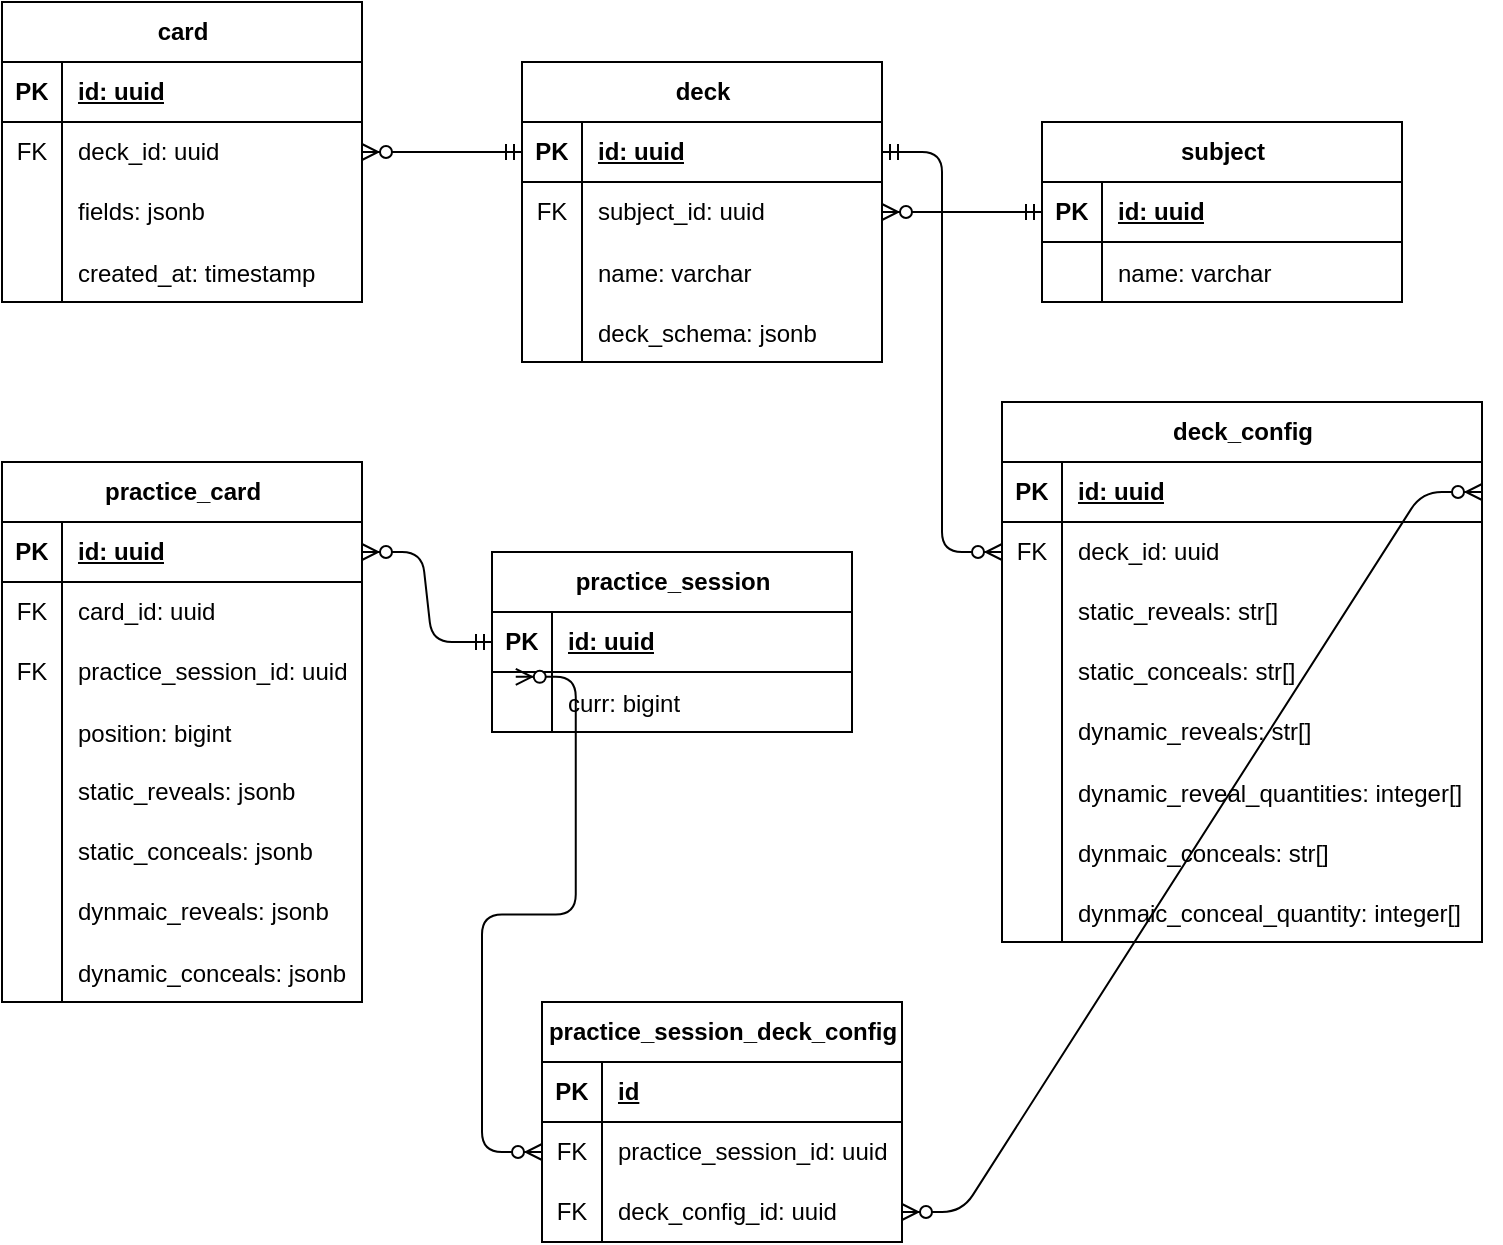
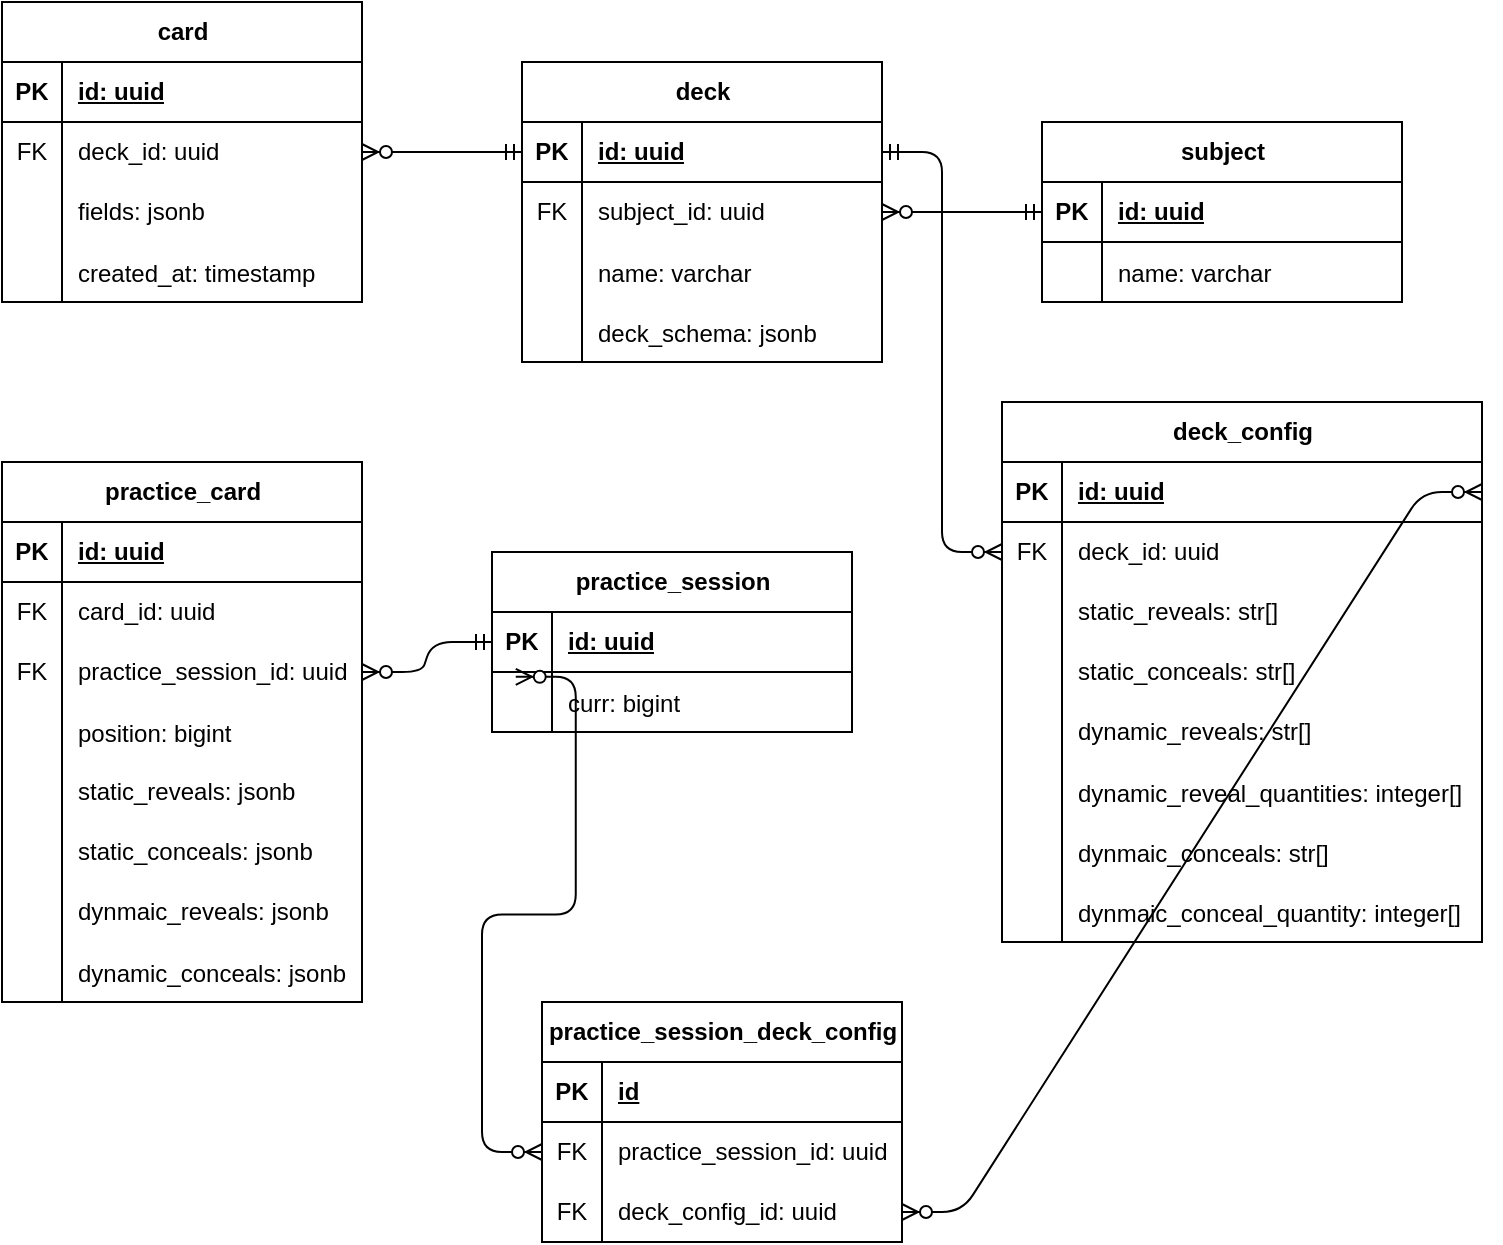
<mxfile host="65bd71144e">
    <diagram name="Page-1" id="E77Z4vSiBEVu_ntfNBje">
-         <mxGraphModel dx="951" dy="489" grid="1" gridSize="10" guides="1" tooltips="1" connect="1" arrows="1" fold="1" page="1" pageScale="1" pageWidth="850" pageHeight="1100" math="0" shadow="0">
+         <mxGraphModel dx="576" dy="554" grid="1" gridSize="10" guides="1" tooltips="1" connect="1" arrows="1" fold="1" page="1" pageScale="1" pageWidth="850" pageHeight="1100" math="0" shadow="0">
            <root>
                <mxCell id="0"/>
                <mxCell id="1" parent="0"/>
                <mxCell id="a0jAnDUGsL0N-l5X0XVK-1" value="card" style="shape=table;startSize=30;container=1;collapsible=1;childLayout=tableLayout;fixedRows=1;rowLines=0;fontStyle=1;align=center;resizeLast=1;html=1;" parent="1" vertex="1">
                    <mxGeometry y="80" width="180" height="150" as="geometry"/>
                </mxCell>
                <mxCell id="a0jAnDUGsL0N-l5X0XVK-2" value="" style="shape=tableRow;horizontal=0;startSize=0;swimlaneHead=0;swimlaneBody=0;fillColor=none;collapsible=0;dropTarget=0;points=[[0,0.5],[1,0.5]];portConstraint=eastwest;top=0;left=0;right=0;bottom=1;" parent="a0jAnDUGsL0N-l5X0XVK-1" vertex="1">
                    <mxGeometry y="30" width="180" height="30" as="geometry"/>
                </mxCell>
                <mxCell id="a0jAnDUGsL0N-l5X0XVK-3" value="PK" style="shape=partialRectangle;connectable=0;fillColor=none;top=0;left=0;bottom=0;right=0;fontStyle=1;overflow=hidden;whiteSpace=wrap;html=1;" parent="a0jAnDUGsL0N-l5X0XVK-2" vertex="1">
                    <mxGeometry width="30" height="30" as="geometry">
                        <mxRectangle width="30" height="30" as="alternateBounds"/>
                    </mxGeometry>
                </mxCell>
                <mxCell id="a0jAnDUGsL0N-l5X0XVK-4" value="id: uuid" style="shape=partialRectangle;connectable=0;fillColor=none;top=0;left=0;bottom=0;right=0;align=left;spacingLeft=6;fontStyle=5;overflow=hidden;whiteSpace=wrap;html=1;" parent="a0jAnDUGsL0N-l5X0XVK-2" vertex="1">
                    <mxGeometry x="30" width="150" height="30" as="geometry">
                        <mxRectangle width="150" height="30" as="alternateBounds"/>
                    </mxGeometry>
                </mxCell>
                <mxCell id="a0jAnDUGsL0N-l5X0XVK-39" value="" style="shape=tableRow;horizontal=0;startSize=0;swimlaneHead=0;swimlaneBody=0;fillColor=none;collapsible=0;dropTarget=0;points=[[0,0.5],[1,0.5]];portConstraint=eastwest;top=0;left=0;right=0;bottom=0;" parent="a0jAnDUGsL0N-l5X0XVK-1" vertex="1">
                    <mxGeometry y="60" width="180" height="30" as="geometry"/>
                </mxCell>
                <mxCell id="a0jAnDUGsL0N-l5X0XVK-40" value="FK" style="shape=partialRectangle;connectable=0;fillColor=none;top=0;left=0;bottom=0;right=0;fontStyle=0;overflow=hidden;whiteSpace=wrap;html=1;" parent="a0jAnDUGsL0N-l5X0XVK-39" vertex="1">
                    <mxGeometry width="30" height="30" as="geometry">
                        <mxRectangle width="30" height="30" as="alternateBounds"/>
                    </mxGeometry>
                </mxCell>
                <mxCell id="a0jAnDUGsL0N-l5X0XVK-41" value="deck_id: uuid" style="shape=partialRectangle;connectable=0;fillColor=none;top=0;left=0;bottom=0;right=0;align=left;spacingLeft=6;fontStyle=0;overflow=hidden;whiteSpace=wrap;html=1;" parent="a0jAnDUGsL0N-l5X0XVK-39" vertex="1">
                    <mxGeometry x="30" width="150" height="30" as="geometry">
                        <mxRectangle width="150" height="30" as="alternateBounds"/>
                    </mxGeometry>
                </mxCell>
                <mxCell id="a0jAnDUGsL0N-l5X0XVK-35" value="" style="shape=tableRow;horizontal=0;startSize=0;swimlaneHead=0;swimlaneBody=0;fillColor=none;collapsible=0;dropTarget=0;points=[[0,0.5],[1,0.5]];portConstraint=eastwest;top=0;left=0;right=0;bottom=0;" parent="a0jAnDUGsL0N-l5X0XVK-1" vertex="1">
                    <mxGeometry y="90" width="180" height="30" as="geometry"/>
                </mxCell>
                <mxCell id="a0jAnDUGsL0N-l5X0XVK-36" value="" style="shape=partialRectangle;connectable=0;fillColor=none;top=0;left=0;bottom=0;right=0;editable=1;overflow=hidden;whiteSpace=wrap;html=1;" parent="a0jAnDUGsL0N-l5X0XVK-35" vertex="1">
                    <mxGeometry width="30" height="30" as="geometry">
                        <mxRectangle width="30" height="30" as="alternateBounds"/>
                    </mxGeometry>
                </mxCell>
                <mxCell id="a0jAnDUGsL0N-l5X0XVK-37" value="fields: jsonb" style="shape=partialRectangle;connectable=0;fillColor=none;top=0;left=0;bottom=0;right=0;align=left;spacingLeft=6;overflow=hidden;whiteSpace=wrap;html=1;" parent="a0jAnDUGsL0N-l5X0XVK-35" vertex="1">
                    <mxGeometry x="30" width="150" height="30" as="geometry">
                        <mxRectangle width="150" height="30" as="alternateBounds"/>
                    </mxGeometry>
                </mxCell>
                <mxCell id="a0jAnDUGsL0N-l5X0XVK-70" value="" style="shape=tableRow;horizontal=0;startSize=0;swimlaneHead=0;swimlaneBody=0;fillColor=none;collapsible=0;dropTarget=0;points=[[0,0.5],[1,0.5]];portConstraint=eastwest;top=0;left=0;right=0;bottom=0;" parent="a0jAnDUGsL0N-l5X0XVK-1" vertex="1">
                    <mxGeometry y="120" width="180" height="30" as="geometry"/>
                </mxCell>
                <mxCell id="a0jAnDUGsL0N-l5X0XVK-71" value="" style="shape=partialRectangle;connectable=0;fillColor=none;top=0;left=0;bottom=0;right=0;editable=1;overflow=hidden;" parent="a0jAnDUGsL0N-l5X0XVK-70" vertex="1">
                    <mxGeometry width="30" height="30" as="geometry">
                        <mxRectangle width="30" height="30" as="alternateBounds"/>
                    </mxGeometry>
                </mxCell>
                <mxCell id="a0jAnDUGsL0N-l5X0XVK-72" value="created_at: timestamp" style="shape=partialRectangle;connectable=0;fillColor=none;top=0;left=0;bottom=0;right=0;align=left;spacingLeft=6;overflow=hidden;" parent="a0jAnDUGsL0N-l5X0XVK-70" vertex="1">
                    <mxGeometry x="30" width="150" height="30" as="geometry">
                        <mxRectangle width="150" height="30" as="alternateBounds"/>
                    </mxGeometry>
                </mxCell>
                <mxCell id="a0jAnDUGsL0N-l5X0XVK-22" value="deck" style="shape=table;startSize=30;container=1;collapsible=1;childLayout=tableLayout;fixedRows=1;rowLines=0;fontStyle=1;align=center;resizeLast=1;html=1;" parent="1" vertex="1">
                    <mxGeometry x="260" y="110" width="180" height="150" as="geometry"/>
                </mxCell>
                <mxCell id="a0jAnDUGsL0N-l5X0XVK-23" value="" style="shape=tableRow;horizontal=0;startSize=0;swimlaneHead=0;swimlaneBody=0;fillColor=none;collapsible=0;dropTarget=0;points=[[0,0.5],[1,0.5]];portConstraint=eastwest;top=0;left=0;right=0;bottom=1;" parent="a0jAnDUGsL0N-l5X0XVK-22" vertex="1">
                    <mxGeometry y="30" width="180" height="30" as="geometry"/>
                </mxCell>
                <mxCell id="a0jAnDUGsL0N-l5X0XVK-24" value="PK" style="shape=partialRectangle;connectable=0;fillColor=none;top=0;left=0;bottom=0;right=0;fontStyle=1;overflow=hidden;whiteSpace=wrap;html=1;" parent="a0jAnDUGsL0N-l5X0XVK-23" vertex="1">
                    <mxGeometry width="30" height="30" as="geometry">
                        <mxRectangle width="30" height="30" as="alternateBounds"/>
                    </mxGeometry>
                </mxCell>
                <mxCell id="a0jAnDUGsL0N-l5X0XVK-25" value="id: uuid" style="shape=partialRectangle;connectable=0;fillColor=none;top=0;left=0;bottom=0;right=0;align=left;spacingLeft=6;fontStyle=5;overflow=hidden;whiteSpace=wrap;html=1;" parent="a0jAnDUGsL0N-l5X0XVK-23" vertex="1">
                    <mxGeometry x="30" width="150" height="30" as="geometry">
                        <mxRectangle width="150" height="30" as="alternateBounds"/>
                    </mxGeometry>
                </mxCell>
                <mxCell id="a0jAnDUGsL0N-l5X0XVK-44" value="" style="shape=tableRow;horizontal=0;startSize=0;swimlaneHead=0;swimlaneBody=0;fillColor=none;collapsible=0;dropTarget=0;points=[[0,0.5],[1,0.5]];portConstraint=eastwest;top=0;left=0;right=0;bottom=0;" parent="a0jAnDUGsL0N-l5X0XVK-22" vertex="1">
                    <mxGeometry y="60" width="180" height="30" as="geometry"/>
                </mxCell>
                <mxCell id="a0jAnDUGsL0N-l5X0XVK-45" value="FK" style="shape=partialRectangle;connectable=0;fillColor=none;top=0;left=0;bottom=0;right=0;fontStyle=0;overflow=hidden;whiteSpace=wrap;html=1;" parent="a0jAnDUGsL0N-l5X0XVK-44" vertex="1">
                    <mxGeometry width="30" height="30" as="geometry">
                        <mxRectangle width="30" height="30" as="alternateBounds"/>
                    </mxGeometry>
                </mxCell>
                <mxCell id="a0jAnDUGsL0N-l5X0XVK-46" value="subject_id: uuid" style="shape=partialRectangle;connectable=0;fillColor=none;top=0;left=0;bottom=0;right=0;align=left;spacingLeft=6;fontStyle=0;overflow=hidden;whiteSpace=wrap;html=1;" parent="a0jAnDUGsL0N-l5X0XVK-44" vertex="1">
                    <mxGeometry x="30" width="150" height="30" as="geometry">
                        <mxRectangle width="150" height="30" as="alternateBounds"/>
                    </mxGeometry>
                </mxCell>
                <mxCell id="a0jAnDUGsL0N-l5X0XVK-62" value="" style="shape=tableRow;horizontal=0;startSize=0;swimlaneHead=0;swimlaneBody=0;fillColor=none;collapsible=0;dropTarget=0;points=[[0,0.5],[1,0.5]];portConstraint=eastwest;top=0;left=0;right=0;bottom=0;" parent="a0jAnDUGsL0N-l5X0XVK-22" vertex="1">
                    <mxGeometry y="90" width="180" height="30" as="geometry"/>
                </mxCell>
                <mxCell id="a0jAnDUGsL0N-l5X0XVK-63" value="" style="shape=partialRectangle;connectable=0;fillColor=none;top=0;left=0;bottom=0;right=0;editable=1;overflow=hidden;" parent="a0jAnDUGsL0N-l5X0XVK-62" vertex="1">
                    <mxGeometry width="30" height="30" as="geometry">
                        <mxRectangle width="30" height="30" as="alternateBounds"/>
                    </mxGeometry>
                </mxCell>
                <mxCell id="a0jAnDUGsL0N-l5X0XVK-64" value="name: varchar" style="shape=partialRectangle;connectable=0;fillColor=none;top=0;left=0;bottom=0;right=0;align=left;spacingLeft=6;overflow=hidden;" parent="a0jAnDUGsL0N-l5X0XVK-62" vertex="1">
                    <mxGeometry x="30" width="150" height="30" as="geometry">
                        <mxRectangle width="150" height="30" as="alternateBounds"/>
                    </mxGeometry>
                </mxCell>
                <mxCell id="3" value="" style="shape=tableRow;horizontal=0;startSize=0;swimlaneHead=0;swimlaneBody=0;fillColor=none;collapsible=0;dropTarget=0;points=[[0,0.5],[1,0.5]];portConstraint=eastwest;top=0;left=0;right=0;bottom=0;" parent="a0jAnDUGsL0N-l5X0XVK-22" vertex="1">
                    <mxGeometry y="120" width="180" height="30" as="geometry"/>
                </mxCell>
                <mxCell id="4" value="" style="shape=partialRectangle;connectable=0;fillColor=none;top=0;left=0;bottom=0;right=0;editable=1;overflow=hidden;" parent="3" vertex="1">
                    <mxGeometry width="30" height="30" as="geometry">
                        <mxRectangle width="30" height="30" as="alternateBounds"/>
                    </mxGeometry>
                </mxCell>
                <mxCell id="5" value="deck_schema: jsonb" style="shape=partialRectangle;connectable=0;fillColor=none;top=0;left=0;bottom=0;right=0;align=left;spacingLeft=6;overflow=hidden;" parent="3" vertex="1">
                    <mxGeometry x="30" width="150" height="30" as="geometry">
                        <mxRectangle width="150" height="30" as="alternateBounds"/>
                    </mxGeometry>
                </mxCell>
                <mxCell id="a0jAnDUGsL0N-l5X0XVK-47" value="subject" style="shape=table;startSize=30;container=1;collapsible=1;childLayout=tableLayout;fixedRows=1;rowLines=0;fontStyle=1;align=center;resizeLast=1;html=1;" parent="1" vertex="1">
                    <mxGeometry x="520" y="140" width="180" height="90" as="geometry"/>
                </mxCell>
                <mxCell id="a0jAnDUGsL0N-l5X0XVK-48" value="" style="shape=tableRow;horizontal=0;startSize=0;swimlaneHead=0;swimlaneBody=0;fillColor=none;collapsible=0;dropTarget=0;points=[[0,0.5],[1,0.5]];portConstraint=eastwest;top=0;left=0;right=0;bottom=1;" parent="a0jAnDUGsL0N-l5X0XVK-47" vertex="1">
                    <mxGeometry y="30" width="180" height="30" as="geometry"/>
                </mxCell>
                <mxCell id="a0jAnDUGsL0N-l5X0XVK-49" value="PK" style="shape=partialRectangle;connectable=0;fillColor=none;top=0;left=0;bottom=0;right=0;fontStyle=1;overflow=hidden;whiteSpace=wrap;html=1;" parent="a0jAnDUGsL0N-l5X0XVK-48" vertex="1">
                    <mxGeometry width="30" height="30" as="geometry">
                        <mxRectangle width="30" height="30" as="alternateBounds"/>
                    </mxGeometry>
                </mxCell>
                <mxCell id="a0jAnDUGsL0N-l5X0XVK-50" value="id: uuid" style="shape=partialRectangle;connectable=0;fillColor=none;top=0;left=0;bottom=0;right=0;align=left;spacingLeft=6;fontStyle=5;overflow=hidden;whiteSpace=wrap;html=1;" parent="a0jAnDUGsL0N-l5X0XVK-48" vertex="1">
                    <mxGeometry x="30" width="150" height="30" as="geometry">
                        <mxRectangle width="150" height="30" as="alternateBounds"/>
                    </mxGeometry>
                </mxCell>
                <mxCell id="a0jAnDUGsL0N-l5X0XVK-66" value="" style="shape=tableRow;horizontal=0;startSize=0;swimlaneHead=0;swimlaneBody=0;fillColor=none;collapsible=0;dropTarget=0;points=[[0,0.5],[1,0.5]];portConstraint=eastwest;top=0;left=0;right=0;bottom=0;" parent="a0jAnDUGsL0N-l5X0XVK-47" vertex="1">
                    <mxGeometry y="60" width="180" height="30" as="geometry"/>
                </mxCell>
                <mxCell id="a0jAnDUGsL0N-l5X0XVK-67" value="" style="shape=partialRectangle;connectable=0;fillColor=none;top=0;left=0;bottom=0;right=0;editable=1;overflow=hidden;" parent="a0jAnDUGsL0N-l5X0XVK-66" vertex="1">
                    <mxGeometry width="30" height="30" as="geometry">
                        <mxRectangle width="30" height="30" as="alternateBounds"/>
                    </mxGeometry>
                </mxCell>
                <mxCell id="a0jAnDUGsL0N-l5X0XVK-68" value="name: varchar" style="shape=partialRectangle;connectable=0;fillColor=none;top=0;left=0;bottom=0;right=0;align=left;spacingLeft=6;overflow=hidden;" parent="a0jAnDUGsL0N-l5X0XVK-66" vertex="1">
                    <mxGeometry x="30" width="150" height="30" as="geometry">
                        <mxRectangle width="150" height="30" as="alternateBounds"/>
                    </mxGeometry>
                </mxCell>
                <mxCell id="6" value="deck_config" style="shape=table;startSize=30;container=1;collapsible=1;childLayout=tableLayout;fixedRows=1;rowLines=0;fontStyle=1;align=center;resizeLast=1;html=1;" parent="1" vertex="1">
                    <mxGeometry x="500" y="280" width="240" height="270" as="geometry"/>
                </mxCell>
                <mxCell id="7" value="" style="shape=tableRow;horizontal=0;startSize=0;swimlaneHead=0;swimlaneBody=0;fillColor=none;collapsible=0;dropTarget=0;points=[[0,0.5],[1,0.5]];portConstraint=eastwest;top=0;left=0;right=0;bottom=1;" parent="6" vertex="1">
                    <mxGeometry y="30" width="240" height="30" as="geometry"/>
                </mxCell>
                <mxCell id="8" value="PK" style="shape=partialRectangle;connectable=0;fillColor=none;top=0;left=0;bottom=0;right=0;fontStyle=1;overflow=hidden;whiteSpace=wrap;html=1;" parent="7" vertex="1">
                    <mxGeometry width="30" height="30" as="geometry">
                        <mxRectangle width="30" height="30" as="alternateBounds"/>
                    </mxGeometry>
                </mxCell>
                <mxCell id="9" value="id: uuid" style="shape=partialRectangle;connectable=0;fillColor=none;top=0;left=0;bottom=0;right=0;align=left;spacingLeft=6;fontStyle=5;overflow=hidden;whiteSpace=wrap;html=1;" parent="7" vertex="1">
                    <mxGeometry x="30" width="210" height="30" as="geometry">
                        <mxRectangle width="210" height="30" as="alternateBounds"/>
                    </mxGeometry>
                </mxCell>
                <mxCell id="20" value="" style="shape=tableRow;horizontal=0;startSize=0;swimlaneHead=0;swimlaneBody=0;fillColor=none;collapsible=0;dropTarget=0;points=[[0,0.5],[1,0.5]];portConstraint=eastwest;top=0;left=0;right=0;bottom=0;" parent="6" vertex="1">
                    <mxGeometry y="60" width="240" height="30" as="geometry"/>
                </mxCell>
                <mxCell id="21" value="FK" style="shape=partialRectangle;connectable=0;fillColor=none;top=0;left=0;bottom=0;right=0;fontStyle=0;overflow=hidden;whiteSpace=wrap;html=1;" parent="20" vertex="1">
                    <mxGeometry width="30" height="30" as="geometry">
                        <mxRectangle width="30" height="30" as="alternateBounds"/>
                    </mxGeometry>
                </mxCell>
                <mxCell id="22" value="deck_id: uuid" style="shape=partialRectangle;connectable=0;fillColor=none;top=0;left=0;bottom=0;right=0;align=left;spacingLeft=6;fontStyle=0;overflow=hidden;whiteSpace=wrap;html=1;" parent="20" vertex="1">
                    <mxGeometry x="30" width="210" height="30" as="geometry">
                        <mxRectangle width="210" height="30" as="alternateBounds"/>
                    </mxGeometry>
                </mxCell>
                <mxCell id="10" value="" style="shape=tableRow;horizontal=0;startSize=0;swimlaneHead=0;swimlaneBody=0;fillColor=none;collapsible=0;dropTarget=0;points=[[0,0.5],[1,0.5]];portConstraint=eastwest;top=0;left=0;right=0;bottom=0;" parent="6" vertex="1">
                    <mxGeometry y="90" width="240" height="30" as="geometry"/>
                </mxCell>
                <mxCell id="11" value="" style="shape=partialRectangle;connectable=0;fillColor=none;top=0;left=0;bottom=0;right=0;editable=1;overflow=hidden;whiteSpace=wrap;html=1;" parent="10" vertex="1">
                    <mxGeometry width="30" height="30" as="geometry">
                        <mxRectangle width="30" height="30" as="alternateBounds"/>
                    </mxGeometry>
                </mxCell>
                <mxCell id="12" value="static_reveals: str[]" style="shape=partialRectangle;connectable=0;fillColor=none;top=0;left=0;bottom=0;right=0;align=left;spacingLeft=6;overflow=hidden;whiteSpace=wrap;html=1;" parent="10" vertex="1">
                    <mxGeometry x="30" width="210" height="30" as="geometry">
                        <mxRectangle width="210" height="30" as="alternateBounds"/>
                    </mxGeometry>
                </mxCell>
                <mxCell id="13" value="" style="shape=tableRow;horizontal=0;startSize=0;swimlaneHead=0;swimlaneBody=0;fillColor=none;collapsible=0;dropTarget=0;points=[[0,0.5],[1,0.5]];portConstraint=eastwest;top=0;left=0;right=0;bottom=0;" parent="6" vertex="1">
                    <mxGeometry y="120" width="240" height="30" as="geometry"/>
                </mxCell>
                <mxCell id="14" value="" style="shape=partialRectangle;connectable=0;fillColor=none;top=0;left=0;bottom=0;right=0;editable=1;overflow=hidden;whiteSpace=wrap;html=1;" parent="13" vertex="1">
                    <mxGeometry width="30" height="30" as="geometry">
                        <mxRectangle width="30" height="30" as="alternateBounds"/>
                    </mxGeometry>
                </mxCell>
                <mxCell id="15" value="static_conceals: str[]" style="shape=partialRectangle;connectable=0;fillColor=none;top=0;left=0;bottom=0;right=0;align=left;spacingLeft=6;overflow=hidden;whiteSpace=wrap;html=1;" parent="13" vertex="1">
                    <mxGeometry x="30" width="210" height="30" as="geometry">
                        <mxRectangle width="210" height="30" as="alternateBounds"/>
                    </mxGeometry>
                </mxCell>
                <mxCell id="16" value="" style="shape=tableRow;horizontal=0;startSize=0;swimlaneHead=0;swimlaneBody=0;fillColor=none;collapsible=0;dropTarget=0;points=[[0,0.5],[1,0.5]];portConstraint=eastwest;top=0;left=0;right=0;bottom=0;" parent="6" vertex="1">
                    <mxGeometry y="150" width="240" height="30" as="geometry"/>
                </mxCell>
                <mxCell id="17" value="" style="shape=partialRectangle;connectable=0;fillColor=none;top=0;left=0;bottom=0;right=0;editable=1;overflow=hidden;whiteSpace=wrap;html=1;" parent="16" vertex="1">
                    <mxGeometry width="30" height="30" as="geometry">
                        <mxRectangle width="30" height="30" as="alternateBounds"/>
                    </mxGeometry>
                </mxCell>
                <mxCell id="18" value="dynamic_reveals: str[]" style="shape=partialRectangle;connectable=0;fillColor=none;top=0;left=0;bottom=0;right=0;align=left;spacingLeft=6;overflow=hidden;whiteSpace=wrap;html=1;" parent="16" vertex="1">
                    <mxGeometry x="30" width="210" height="30" as="geometry">
                        <mxRectangle width="210" height="30" as="alternateBounds"/>
                    </mxGeometry>
                </mxCell>
                <mxCell id="24" value="" style="shape=tableRow;horizontal=0;startSize=0;swimlaneHead=0;swimlaneBody=0;fillColor=none;collapsible=0;dropTarget=0;points=[[0,0.5],[1,0.5]];portConstraint=eastwest;top=0;left=0;right=0;bottom=0;" parent="6" vertex="1">
                    <mxGeometry y="180" width="240" height="30" as="geometry"/>
                </mxCell>
                <mxCell id="25" value="" style="shape=partialRectangle;connectable=0;fillColor=none;top=0;left=0;bottom=0;right=0;editable=1;overflow=hidden;" parent="24" vertex="1">
                    <mxGeometry width="30" height="30" as="geometry">
                        <mxRectangle width="30" height="30" as="alternateBounds"/>
                    </mxGeometry>
                </mxCell>
                <mxCell id="26" value="dynamic_reveal_quantities: integer[]" style="shape=partialRectangle;connectable=0;fillColor=none;top=0;left=0;bottom=0;right=0;align=left;spacingLeft=6;overflow=hidden;" parent="24" vertex="1">
                    <mxGeometry x="30" width="210" height="30" as="geometry">
                        <mxRectangle width="210" height="30" as="alternateBounds"/>
                    </mxGeometry>
                </mxCell>
                <mxCell id="29" value="" style="shape=tableRow;horizontal=0;startSize=0;swimlaneHead=0;swimlaneBody=0;fillColor=none;collapsible=0;dropTarget=0;points=[[0,0.5],[1,0.5]];portConstraint=eastwest;top=0;left=0;right=0;bottom=0;" parent="6" vertex="1">
                    <mxGeometry y="210" width="240" height="30" as="geometry"/>
                </mxCell>
                <mxCell id="30" value="" style="shape=partialRectangle;connectable=0;fillColor=none;top=0;left=0;bottom=0;right=0;editable=1;overflow=hidden;" parent="29" vertex="1">
                    <mxGeometry width="30" height="30" as="geometry">
                        <mxRectangle width="30" height="30" as="alternateBounds"/>
                    </mxGeometry>
                </mxCell>
                <mxCell id="31" value="dynmaic_conceals: str[]" style="shape=partialRectangle;connectable=0;fillColor=none;top=0;left=0;bottom=0;right=0;align=left;spacingLeft=6;overflow=hidden;" parent="29" vertex="1">
                    <mxGeometry x="30" width="210" height="30" as="geometry">
                        <mxRectangle width="210" height="30" as="alternateBounds"/>
                    </mxGeometry>
                </mxCell>
                <mxCell id="33" value="" style="shape=tableRow;horizontal=0;startSize=0;swimlaneHead=0;swimlaneBody=0;fillColor=none;collapsible=0;dropTarget=0;points=[[0,0.5],[1,0.5]];portConstraint=eastwest;top=0;left=0;right=0;bottom=0;" parent="6" vertex="1">
                    <mxGeometry y="240" width="240" height="30" as="geometry"/>
                </mxCell>
                <mxCell id="34" value="" style="shape=partialRectangle;connectable=0;fillColor=none;top=0;left=0;bottom=0;right=0;editable=1;overflow=hidden;" parent="33" vertex="1">
                    <mxGeometry width="30" height="30" as="geometry">
                        <mxRectangle width="30" height="30" as="alternateBounds"/>
                    </mxGeometry>
                </mxCell>
                <mxCell id="35" value="dynmaic_conceal_quantity: integer[]" style="shape=partialRectangle;connectable=0;fillColor=none;top=0;left=0;bottom=0;right=0;align=left;spacingLeft=6;overflow=hidden;" parent="33" vertex="1">
                    <mxGeometry x="30" width="210" height="30" as="geometry">
                        <mxRectangle width="210" height="30" as="alternateBounds"/>
                    </mxGeometry>
                </mxCell>
                <mxCell id="41" value="" style="edgeStyle=entityRelationEdgeStyle;fontSize=12;html=1;endArrow=ERzeroToMany;startArrow=ERmandOne;entryX=0;entryY=0.5;entryDx=0;entryDy=0;exitX=1;exitY=0.5;exitDx=0;exitDy=0;" parent="1" source="a0jAnDUGsL0N-l5X0XVK-23" target="20" edge="1">
                    <mxGeometry width="100" height="100" relative="1" as="geometry">
                        <mxPoint x="300" y="350" as="sourcePoint"/>
                        <mxPoint x="400" y="250" as="targetPoint"/>
                    </mxGeometry>
                </mxCell>
                <mxCell id="42" value="" style="edgeStyle=entityRelationEdgeStyle;fontSize=12;html=1;endArrow=ERzeroToMany;startArrow=ERmandOne;entryX=1;entryY=0.5;entryDx=0;entryDy=0;exitX=0;exitY=0.5;exitDx=0;exitDy=0;" parent="1" source="a0jAnDUGsL0N-l5X0XVK-23" target="a0jAnDUGsL0N-l5X0XVK-39" edge="1">
                    <mxGeometry width="100" height="100" relative="1" as="geometry">
                        <mxPoint x="300" y="350" as="sourcePoint"/>
                        <mxPoint x="220" y="250" as="targetPoint"/>
                    </mxGeometry>
                </mxCell>
                <mxCell id="43" value="" style="edgeStyle=entityRelationEdgeStyle;fontSize=12;html=1;endArrow=ERzeroToMany;startArrow=ERmandOne;entryX=1;entryY=0.5;entryDx=0;entryDy=0;exitX=0;exitY=0.5;exitDx=0;exitDy=0;" parent="1" source="a0jAnDUGsL0N-l5X0XVK-48" target="a0jAnDUGsL0N-l5X0XVK-44" edge="1">
                    <mxGeometry width="100" height="100" relative="1" as="geometry">
                        <mxPoint x="300" y="350" as="sourcePoint"/>
                        <mxPoint x="400" y="250" as="targetPoint"/>
                    </mxGeometry>
                </mxCell>
                <mxCell id="44" value="practice_card" style="shape=table;startSize=30;container=1;collapsible=1;childLayout=tableLayout;fixedRows=1;rowLines=0;fontStyle=1;align=center;resizeLast=1;html=1;" parent="1" vertex="1">
                    <mxGeometry y="310" width="180" height="270" as="geometry"/>
                </mxCell>
                <mxCell id="45" value="" style="shape=tableRow;horizontal=0;startSize=0;swimlaneHead=0;swimlaneBody=0;fillColor=none;collapsible=0;dropTarget=0;points=[[0,0.5],[1,0.5]];portConstraint=eastwest;top=0;left=0;right=0;bottom=1;" parent="44" vertex="1">
                    <mxGeometry y="30" width="180" height="30" as="geometry"/>
                </mxCell>
                <mxCell id="46" value="PK" style="shape=partialRectangle;connectable=0;fillColor=none;top=0;left=0;bottom=0;right=0;fontStyle=1;overflow=hidden;whiteSpace=wrap;html=1;" parent="45" vertex="1">
                    <mxGeometry width="30" height="30" as="geometry">
                        <mxRectangle width="30" height="30" as="alternateBounds"/>
                    </mxGeometry>
                </mxCell>
                <mxCell id="47" value="id: uuid" style="shape=partialRectangle;connectable=0;fillColor=none;top=0;left=0;bottom=0;right=0;align=left;spacingLeft=6;fontStyle=5;overflow=hidden;whiteSpace=wrap;html=1;" parent="45" vertex="1">
                    <mxGeometry x="30" width="150" height="30" as="geometry">
                        <mxRectangle width="150" height="30" as="alternateBounds"/>
                    </mxGeometry>
                </mxCell>
                <mxCell id="62" value="" style="shape=tableRow;horizontal=0;startSize=0;swimlaneHead=0;swimlaneBody=0;fillColor=none;collapsible=0;dropTarget=0;points=[[0,0.5],[1,0.5]];portConstraint=eastwest;top=0;left=0;right=0;bottom=0;" parent="44" vertex="1">
                    <mxGeometry y="60" width="180" height="30" as="geometry"/>
                </mxCell>
                <mxCell id="63" value="FK" style="shape=partialRectangle;connectable=0;fillColor=none;top=0;left=0;bottom=0;right=0;fontStyle=0;overflow=hidden;whiteSpace=wrap;html=1;" parent="62" vertex="1">
                    <mxGeometry width="30" height="30" as="geometry">
                        <mxRectangle width="30" height="30" as="alternateBounds"/>
                    </mxGeometry>
                </mxCell>
                <mxCell id="64" value="card_id: uuid" style="shape=partialRectangle;connectable=0;fillColor=none;top=0;left=0;bottom=0;right=0;align=left;spacingLeft=6;fontStyle=0;overflow=hidden;whiteSpace=wrap;html=1;" parent="62" vertex="1">
                    <mxGeometry x="30" width="150" height="30" as="geometry">
                        <mxRectangle width="150" height="30" as="alternateBounds"/>
                    </mxGeometry>
                </mxCell>
                <mxCell id="83" value="" style="shape=tableRow;horizontal=0;startSize=0;swimlaneHead=0;swimlaneBody=0;fillColor=none;collapsible=0;dropTarget=0;points=[[0,0.5],[1,0.5]];portConstraint=eastwest;top=0;left=0;right=0;bottom=0;" parent="44" vertex="1">
                    <mxGeometry y="90" width="180" height="30" as="geometry"/>
                </mxCell>
                <mxCell id="84" value="FK" style="shape=partialRectangle;connectable=0;fillColor=none;top=0;left=0;bottom=0;right=0;fontStyle=0;overflow=hidden;whiteSpace=wrap;html=1;" parent="83" vertex="1">
                    <mxGeometry width="30" height="30" as="geometry">
                        <mxRectangle width="30" height="30" as="alternateBounds"/>
                    </mxGeometry>
                </mxCell>
                <mxCell id="85" value="practice_session_id: uuid" style="shape=partialRectangle;connectable=0;fillColor=none;top=0;left=0;bottom=0;right=0;align=left;spacingLeft=6;fontStyle=0;overflow=hidden;whiteSpace=wrap;html=1;" parent="83" vertex="1">
                    <mxGeometry x="30" width="150" height="30" as="geometry">
                        <mxRectangle width="150" height="30" as="alternateBounds"/>
                    </mxGeometry>
                </mxCell>
                <mxCell id="79" value="" style="shape=tableRow;horizontal=0;startSize=0;swimlaneHead=0;swimlaneBody=0;fillColor=none;collapsible=0;dropTarget=0;points=[[0,0.5],[1,0.5]];portConstraint=eastwest;top=0;left=0;right=0;bottom=0;" parent="44" vertex="1">
                    <mxGeometry y="120" width="180" height="30" as="geometry"/>
                </mxCell>
                <mxCell id="80" value="" style="shape=partialRectangle;connectable=0;fillColor=none;top=0;left=0;bottom=0;right=0;editable=1;overflow=hidden;" parent="79" vertex="1">
                    <mxGeometry width="30" height="30" as="geometry">
                        <mxRectangle width="30" height="30" as="alternateBounds"/>
                    </mxGeometry>
                </mxCell>
                <mxCell id="81" value="position: bigint" style="shape=partialRectangle;connectable=0;fillColor=none;top=0;left=0;bottom=0;right=0;align=left;spacingLeft=6;overflow=hidden;" parent="79" vertex="1">
                    <mxGeometry x="30" width="150" height="30" as="geometry">
                        <mxRectangle width="150" height="30" as="alternateBounds"/>
                    </mxGeometry>
                </mxCell>
                <mxCell id="48" value="" style="shape=tableRow;horizontal=0;startSize=0;swimlaneHead=0;swimlaneBody=0;fillColor=none;collapsible=0;dropTarget=0;points=[[0,0.5],[1,0.5]];portConstraint=eastwest;top=0;left=0;right=0;bottom=0;" parent="44" vertex="1">
                    <mxGeometry y="150" width="180" height="30" as="geometry"/>
                </mxCell>
                <mxCell id="49" value="" style="shape=partialRectangle;connectable=0;fillColor=none;top=0;left=0;bottom=0;right=0;editable=1;overflow=hidden;whiteSpace=wrap;html=1;" parent="48" vertex="1">
                    <mxGeometry width="30" height="30" as="geometry">
                        <mxRectangle width="30" height="30" as="alternateBounds"/>
                    </mxGeometry>
                </mxCell>
                <mxCell id="50" value="static_reveals: jsonb" style="shape=partialRectangle;connectable=0;fillColor=none;top=0;left=0;bottom=0;right=0;align=left;spacingLeft=6;overflow=hidden;whiteSpace=wrap;html=1;" parent="48" vertex="1">
                    <mxGeometry x="30" width="150" height="30" as="geometry">
                        <mxRectangle width="150" height="30" as="alternateBounds"/>
                    </mxGeometry>
                </mxCell>
                <mxCell id="51" value="" style="shape=tableRow;horizontal=0;startSize=0;swimlaneHead=0;swimlaneBody=0;fillColor=none;collapsible=0;dropTarget=0;points=[[0,0.5],[1,0.5]];portConstraint=eastwest;top=0;left=0;right=0;bottom=0;" parent="44" vertex="1">
                    <mxGeometry y="180" width="180" height="30" as="geometry"/>
                </mxCell>
                <mxCell id="52" value="" style="shape=partialRectangle;connectable=0;fillColor=none;top=0;left=0;bottom=0;right=0;editable=1;overflow=hidden;whiteSpace=wrap;html=1;" parent="51" vertex="1">
                    <mxGeometry width="30" height="30" as="geometry">
                        <mxRectangle width="30" height="30" as="alternateBounds"/>
                    </mxGeometry>
                </mxCell>
                <mxCell id="53" value="static_conceals: jsonb" style="shape=partialRectangle;connectable=0;fillColor=none;top=0;left=0;bottom=0;right=0;align=left;spacingLeft=6;overflow=hidden;whiteSpace=wrap;html=1;" parent="51" vertex="1">
                    <mxGeometry x="30" width="150" height="30" as="geometry">
                        <mxRectangle width="150" height="30" as="alternateBounds"/>
                    </mxGeometry>
                </mxCell>
                <mxCell id="54" value="" style="shape=tableRow;horizontal=0;startSize=0;swimlaneHead=0;swimlaneBody=0;fillColor=none;collapsible=0;dropTarget=0;points=[[0,0.5],[1,0.5]];portConstraint=eastwest;top=0;left=0;right=0;bottom=0;" parent="44" vertex="1">
                    <mxGeometry y="210" width="180" height="30" as="geometry"/>
                </mxCell>
                <mxCell id="55" value="" style="shape=partialRectangle;connectable=0;fillColor=none;top=0;left=0;bottom=0;right=0;editable=1;overflow=hidden;whiteSpace=wrap;html=1;" parent="54" vertex="1">
                    <mxGeometry width="30" height="30" as="geometry">
                        <mxRectangle width="30" height="30" as="alternateBounds"/>
                    </mxGeometry>
                </mxCell>
                <mxCell id="56" value="dynmaic_reveals: jsonb" style="shape=partialRectangle;connectable=0;fillColor=none;top=0;left=0;bottom=0;right=0;align=left;spacingLeft=6;overflow=hidden;whiteSpace=wrap;html=1;" parent="54" vertex="1">
                    <mxGeometry x="30" width="150" height="30" as="geometry">
                        <mxRectangle width="150" height="30" as="alternateBounds"/>
                    </mxGeometry>
                </mxCell>
                <mxCell id="58" value="" style="shape=tableRow;horizontal=0;startSize=0;swimlaneHead=0;swimlaneBody=0;fillColor=none;collapsible=0;dropTarget=0;points=[[0,0.5],[1,0.5]];portConstraint=eastwest;top=0;left=0;right=0;bottom=0;" parent="44" vertex="1">
                    <mxGeometry y="240" width="180" height="30" as="geometry"/>
                </mxCell>
                <mxCell id="59" value="" style="shape=partialRectangle;connectable=0;fillColor=none;top=0;left=0;bottom=0;right=0;editable=1;overflow=hidden;" parent="58" vertex="1">
                    <mxGeometry width="30" height="30" as="geometry">
                        <mxRectangle width="30" height="30" as="alternateBounds"/>
                    </mxGeometry>
                </mxCell>
                <mxCell id="60" value="dynamic_conceals: jsonb" style="shape=partialRectangle;connectable=0;fillColor=none;top=0;left=0;bottom=0;right=0;align=left;spacingLeft=6;overflow=hidden;" parent="58" vertex="1">
                    <mxGeometry x="30" width="150" height="30" as="geometry">
                        <mxRectangle width="150" height="30" as="alternateBounds"/>
                    </mxGeometry>
                </mxCell>
                <mxCell id="65" value="practice_session" style="shape=table;startSize=30;container=1;collapsible=1;childLayout=tableLayout;fixedRows=1;rowLines=0;fontStyle=1;align=center;resizeLast=1;html=1;" parent="1" vertex="1">
                    <mxGeometry x="245" y="355" width="180" height="90" as="geometry"/>
                </mxCell>
                <mxCell id="66" value="" style="shape=tableRow;horizontal=0;startSize=0;swimlaneHead=0;swimlaneBody=0;fillColor=none;collapsible=0;dropTarget=0;points=[[0,0.5],[1,0.5]];portConstraint=eastwest;top=0;left=0;right=0;bottom=1;" parent="65" vertex="1">
                    <mxGeometry y="30" width="180" height="30" as="geometry"/>
                </mxCell>
                <mxCell id="67" value="PK" style="shape=partialRectangle;connectable=0;fillColor=none;top=0;left=0;bottom=0;right=0;fontStyle=1;overflow=hidden;whiteSpace=wrap;html=1;" parent="66" vertex="1">
                    <mxGeometry width="30" height="30" as="geometry">
                        <mxRectangle width="30" height="30" as="alternateBounds"/>
                    </mxGeometry>
                </mxCell>
                <mxCell id="68" value="id: uuid" style="shape=partialRectangle;connectable=0;fillColor=none;top=0;left=0;bottom=0;right=0;align=left;spacingLeft=6;fontStyle=5;overflow=hidden;whiteSpace=wrap;html=1;" parent="66" vertex="1">
                    <mxGeometry x="30" width="150" height="30" as="geometry">
                        <mxRectangle width="150" height="30" as="alternateBounds"/>
                    </mxGeometry>
                </mxCell>
-                 <mxCell id="116" value="" style="shape=tableRow;horizontal=0;startSize=0;swimlaneHead=0;swimlaneBody=0;fillColor=none;collapsible=0;dropTarget=0;points=[[0,0.5],[1,0.5]];portConstraint=eastwest;top=0;left=0;right=0;bottom=0;" vertex="1" parent="65">
-                     <mxGeometry y="60" width="180" height="30" as="geometry"/>
-                 </mxCell>
-                 <mxCell id="117" value="" style="shape=partialRectangle;connectable=0;fillColor=none;top=0;left=0;bottom=0;right=0;editable=1;overflow=hidden;" vertex="1" parent="116">
-                     <mxGeometry width="30" height="30" as="geometry">
-                         <mxRectangle width="30" height="30" as="alternateBounds"/>
-                     </mxGeometry>
-                 </mxCell>
-                 <mxCell id="118" value="curr: bigint" style="shape=partialRectangle;connectable=0;fillColor=none;top=0;left=0;bottom=0;right=0;align=left;spacingLeft=6;overflow=hidden;" vertex="1" parent="116">
+                 <mxCell id="116" value="" style="shape=tableRow;horizontal=0;startSize=0;swimlaneHead=0;swimlaneBody=0;fillColor=none;collapsible=0;dropTarget=0;points=[[0,0.5],[1,0.5]];portConstraint=eastwest;top=0;left=0;right=0;bottom=0;" parent="65" vertex="1">
+                     <mxGeometry y="60" width="180" height="30" as="geometry"/>
+                 </mxCell>
+                 <mxCell id="117" value="" style="shape=partialRectangle;connectable=0;fillColor=none;top=0;left=0;bottom=0;right=0;editable=1;overflow=hidden;" parent="116" vertex="1">
+                     <mxGeometry width="30" height="30" as="geometry">
+                         <mxRectangle width="30" height="30" as="alternateBounds"/>
+                     </mxGeometry>
+                 </mxCell>
+                 <mxCell id="118" value="curr: bigint" style="shape=partialRectangle;connectable=0;fillColor=none;top=0;left=0;bottom=0;right=0;align=left;spacingLeft=6;overflow=hidden;" parent="116" vertex="1">
                    <mxGeometry x="30" width="150" height="30" as="geometry">
                        <mxRectangle width="150" height="30" as="alternateBounds"/>
                    </mxGeometry>
                </mxCell>
                <mxCell id="86" value="practice_session_deck_config" style="shape=table;startSize=30;container=1;collapsible=1;childLayout=tableLayout;fixedRows=1;rowLines=0;fontStyle=1;align=center;resizeLast=1;html=1;" parent="1" vertex="1">
                    <mxGeometry x="270" y="580" width="180" height="120" as="geometry"/>
                </mxCell>
                <mxCell id="87" value="" style="shape=tableRow;horizontal=0;startSize=0;swimlaneHead=0;swimlaneBody=0;fillColor=none;collapsible=0;dropTarget=0;points=[[0,0.5],[1,0.5]];portConstraint=eastwest;top=0;left=0;right=0;bottom=1;" parent="86" vertex="1">
                    <mxGeometry y="30" width="180" height="30" as="geometry"/>
                </mxCell>
                <mxCell id="88" value="PK" style="shape=partialRectangle;connectable=0;fillColor=none;top=0;left=0;bottom=0;right=0;fontStyle=1;overflow=hidden;whiteSpace=wrap;html=1;" parent="87" vertex="1">
                    <mxGeometry width="30" height="30" as="geometry">
                        <mxRectangle width="30" height="30" as="alternateBounds"/>
                    </mxGeometry>
                </mxCell>
                <mxCell id="89" value="id" style="shape=partialRectangle;connectable=0;fillColor=none;top=0;left=0;bottom=0;right=0;align=left;spacingLeft=6;fontStyle=5;overflow=hidden;whiteSpace=wrap;html=1;" parent="87" vertex="1">
                    <mxGeometry x="30" width="150" height="30" as="geometry">
                        <mxRectangle width="150" height="30" as="alternateBounds"/>
                    </mxGeometry>
                </mxCell>
                <mxCell id="104" value="" style="shape=tableRow;horizontal=0;startSize=0;swimlaneHead=0;swimlaneBody=0;fillColor=none;collapsible=0;dropTarget=0;points=[[0,0.5],[1,0.5]];portConstraint=eastwest;top=0;left=0;right=0;bottom=0;" parent="86" vertex="1">
                    <mxGeometry y="60" width="180" height="30" as="geometry"/>
                </mxCell>
                <mxCell id="105" value="FK" style="shape=partialRectangle;connectable=0;fillColor=none;top=0;left=0;bottom=0;right=0;fontStyle=0;overflow=hidden;whiteSpace=wrap;html=1;" parent="104" vertex="1">
                    <mxGeometry width="30" height="30" as="geometry">
                        <mxRectangle width="30" height="30" as="alternateBounds"/>
                    </mxGeometry>
                </mxCell>
                <mxCell id="106" value="practice_session_id: uuid" style="shape=partialRectangle;connectable=0;fillColor=none;top=0;left=0;bottom=0;right=0;align=left;spacingLeft=6;fontStyle=0;overflow=hidden;whiteSpace=wrap;html=1;" parent="104" vertex="1">
                    <mxGeometry x="30" width="150" height="30" as="geometry">
                        <mxRectangle width="150" height="30" as="alternateBounds"/>
                    </mxGeometry>
                </mxCell>
                <mxCell id="108" value="" style="shape=tableRow;horizontal=0;startSize=0;swimlaneHead=0;swimlaneBody=0;fillColor=none;collapsible=0;dropTarget=0;points=[[0,0.5],[1,0.5]];portConstraint=eastwest;top=0;left=0;right=0;bottom=0;" parent="86" vertex="1">
                    <mxGeometry y="90" width="180" height="30" as="geometry"/>
                </mxCell>
                <mxCell id="109" value="FK" style="shape=partialRectangle;connectable=0;fillColor=none;top=0;left=0;bottom=0;right=0;fontStyle=0;overflow=hidden;whiteSpace=wrap;html=1;" parent="108" vertex="1">
                    <mxGeometry width="30" height="30" as="geometry">
                        <mxRectangle width="30" height="30" as="alternateBounds"/>
                    </mxGeometry>
                </mxCell>
                <mxCell id="110" value="deck_config_id: uuid" style="shape=partialRectangle;connectable=0;fillColor=none;top=0;left=0;bottom=0;right=0;align=left;spacingLeft=6;fontStyle=0;overflow=hidden;whiteSpace=wrap;html=1;" parent="108" vertex="1">
                    <mxGeometry x="30" width="150" height="30" as="geometry">
                        <mxRectangle width="150" height="30" as="alternateBounds"/>
                    </mxGeometry>
                </mxCell>
-                 <mxCell id="111" value="" style="edgeStyle=entityRelationEdgeStyle;fontSize=12;html=1;endArrow=ERzeroToMany;startArrow=ERmandOne;entryX=1;entryY=0.5;entryDx=0;entryDy=0;exitX=0;exitY=0.5;exitDx=0;exitDy=0;" parent="1" source="66" target="45" edge="1">
+                 <mxCell id="111" value="" style="edgeStyle=entityRelationEdgeStyle;fontSize=12;html=1;endArrow=ERzeroToMany;startArrow=ERmandOne;entryX=1;entryY=0.5;entryDx=0;entryDy=0;exitX=0;exitY=0.5;exitDx=0;exitDy=0;" parent="1" source="66" target="83" edge="1">
                    <mxGeometry width="100" height="100" relative="1" as="geometry">
                        <mxPoint x="200" y="470" as="sourcePoint"/>
                        <mxPoint x="300" y="370" as="targetPoint"/>
                    </mxGeometry>
                </mxCell>
                <mxCell id="112" value="" style="edgeStyle=entityRelationEdgeStyle;fontSize=12;html=1;endArrow=ERzeroToMany;endFill=1;startArrow=ERzeroToMany;exitX=0;exitY=0.5;exitDx=0;exitDy=0;entryX=0.066;entryY=1.081;entryDx=0;entryDy=0;entryPerimeter=0;rounded=1;curved=0;" parent="1" source="104" target="66" edge="1">
                    <mxGeometry width="100" height="100" relative="1" as="geometry">
                        <mxPoint x="260" y="671.15" as="sourcePoint"/>
                        <mxPoint x="240" y="470" as="targetPoint"/>
                        <Array as="points">
                            <mxPoint x="216.34" y="799.57"/>
                            <mxPoint x="174.66" y="805.72"/>
                            <mxPoint x="230" y="480"/>
                            <mxPoint x="250" y="480"/>
                            <mxPoint x="250" y="500"/>
                        </Array>
                    </mxGeometry>
                </mxCell>
                <mxCell id="114" value="" style="edgeStyle=entityRelationEdgeStyle;fontSize=12;html=1;endArrow=ERzeroToMany;endFill=1;startArrow=ERzeroToMany;entryX=1;entryY=0.5;entryDx=0;entryDy=0;exitX=1;exitY=0.5;exitDx=0;exitDy=0;" parent="1" source="108" target="7" edge="1">
                    <mxGeometry width="100" height="100" relative="1" as="geometry">
                        <mxPoint x="470" y="620" as="sourcePoint"/>
                        <mxPoint x="320" y="490" as="targetPoint"/>
                        <Array as="points">
                            <mxPoint x="450" y="680"/>
                            <mxPoint x="800" y="640"/>
                        </Array>
                    </mxGeometry>
                </mxCell>
            </root>
        </mxGraphModel>
    </diagram>
</mxfile>